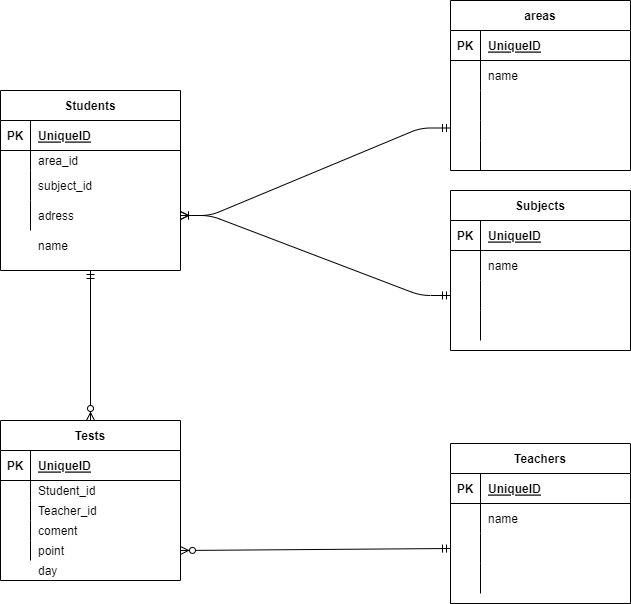
Above: system.drawio.png in rjwiz/ct_ERD (draw.io), before the change. Source tidied: cells renumbered, new cells last; positions are measured from the earlier drawing's top-left corner, leaving out a move shared by most shapes.
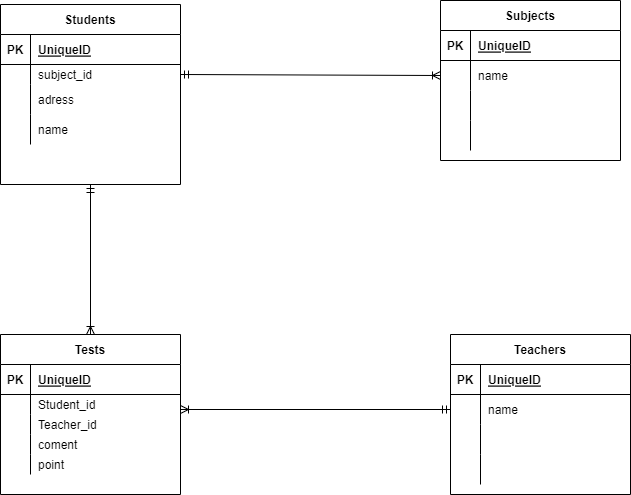
After the change.

What changed in the source:
```diff
@@ -20,7 +20,7 @@
     <mxCell id="7" style="shape=partialRectangle;fillColor=none;top=0;left=0;bottom=0;right=0;overflow=hidden;" parent="6" vertex="1">
       <mxGeometry width="30" height="20" as="geometry" />
     </mxCell>
-    <mxCell id="8" value="area_id" style="shape=partialRectangle;fillColor=none;top=0;left=0;bottom=0;right=0;align=left;spacingLeft=6;overflow=hidden;" parent="6" vertex="1">
+    <mxCell id="8" value="subject_id" style="shape=partialRectangle;fillColor=none;top=0;left=0;bottom=0;right=0;align=left;spacingLeft=6;overflow=hidden;" parent="6" vertex="1">
       <mxGeometry x="30" width="150" height="20" as="geometry" />
     </mxCell>
     <mxCell id="9" style="shape=partialRectangle;fillColor=none;top=0;left=0;bottom=0;right=0;" parent="2" vertex="1">
@@ -29,7 +29,7 @@
     <mxCell id="10" style="shape=partialRectangle;fillColor=none;top=0;left=0;bottom=0;right=0;overflow=hidden;" parent="9" vertex="1">
       <mxGeometry width="30" height="30" as="geometry" />
     </mxCell>
-    <mxCell id="11" value="subject_id" style="shape=partialRectangle;fillColor=none;top=0;left=0;bottom=0;right=0;align=left;spacingLeft=6;overflow=hidden;" parent="9" vertex="1">
+    <mxCell id="11" value="adress" style="shape=partialRectangle;fillColor=none;top=0;left=0;bottom=0;right=0;align=left;spacingLeft=6;overflow=hidden;" parent="9" vertex="1">
       <mxGeometry x="30" width="150" height="30" as="geometry" />
     </mxCell>
     <mxCell id="12" style="shape=partialRectangle;fillColor=none;top=0;left=0;bottom=0;right=0;points=[[0,0.5],[1,0.5]];portConstraint=eastwest;" parent="2" vertex="1">
@@ -38,11 +38,11 @@
     <mxCell id="13" style="shape=partialRectangle;fillColor=none;top=0;left=0;bottom=0;right=0;overflow=hidden;" parent="12" vertex="1">
       <mxGeometry width="30" height="30" as="geometry" />
     </mxCell>
-    <mxCell id="14" value="adress" style="shape=partialRectangle;fillColor=none;top=0;left=0;bottom=0;right=0;align=left;spacingLeft=6;overflow=hidden;" parent="12" vertex="1">
+    <mxCell id="14" value="name" style="shape=partialRectangle;fillColor=none;top=0;left=0;bottom=0;right=0;align=left;spacingLeft=6;overflow=hidden;" parent="12" vertex="1">
       <mxGeometry x="30" width="150" height="30" as="geometry" />
     </mxCell>
     <mxCell id="15" value="Teachers" style="shape=table;startSize=30;rowLines=0;fontStyle=1;align=center;" parent="1" vertex="1">
-      <mxGeometry x="450" y="443" width="180" height="160" as="geometry" />
+      <mxGeometry x="450" y="420" width="180" height="160" as="geometry" />
     </mxCell>
     <mxCell id="16" style="shape=partialRectangle;fillColor=none;top=0;left=0;bottom=1;right=0;" parent="15" vertex="1">
       <mxGeometry y="30" width="180" height="30" as="geometry" />
@@ -81,7 +81,7 @@
       <mxGeometry x="30" width="150" height="30" as="geometry" />
     </mxCell>
     <mxCell id="28" value="Subjects" style="shape=table;startSize=30;rowLines=0;fontStyle=1;align=center;" parent="1" vertex="1">
-      <mxGeometry x="450" y="190" width="180" height="160" as="geometry" />
+      <mxGeometry x="440" y="86" width="180" height="160" as="geometry" />
     </mxCell>
     <mxCell id="29" style="shape=partialRectangle;fillColor=none;top=0;left=0;bottom=1;right=0;" parent="28" vertex="1">
       <mxGeometry y="30" width="180" height="30" as="geometry" />
@@ -170,71 +170,19 @@
     <mxCell id="57" style="shape=partialRectangle;fillColor=none;top=0;left=0;bottom=0;right=0;align=left;spacingLeft=6;overflow=hidden;" parent="1" vertex="1">
       <mxGeometry x="30" y="560" width="150" height="20" as="geometry" />
     </mxCell>
-    <mxCell id="58" value="day" style="shape=partialRectangle;fillColor=none;top=0;left=0;bottom=0;right=0;align=left;spacingLeft=6;overflow=hidden;" parent="1" vertex="1">
-      <mxGeometry x="30" y="560" width="150" height="20" as="geometry" />
-    </mxCell>
-    <mxCell id="59" value="name" style="shape=partialRectangle;fillColor=none;top=0;left=0;bottom=0;right=0;align=left;spacingLeft=6;overflow=hidden;" parent="1" vertex="1">
+    <mxCell id="59" style="shape=partialRectangle;fillColor=none;top=0;left=0;bottom=0;right=0;align=left;spacingLeft=6;overflow=hidden;" parent="1" vertex="1">
       <mxGeometry x="30" y="230" width="150" height="30" as="geometry" />
     </mxCell>
-    <mxCell id="60" value="areas" style="shape=table;startSize=30;rowLines=0;fontStyle=1;align=center;" parent="1" vertex="1">
-      <mxGeometry x="450" width="180" height="170" as="geometry" />
-    </mxCell>
-    <mxCell id="61" style="shape=partialRectangle;fillColor=none;top=0;left=0;bottom=1;right=0;" parent="60" vertex="1">
-      <mxGeometry y="30" width="180" height="30" as="geometry" />
-    </mxCell>
-    <mxCell id="62" value="PK" style="shape=partialRectangle;fillColor=none;top=0;left=0;bottom=0;right=0;fontStyle=1;overflow=hidden;" parent="61" vertex="1">
-      <mxGeometry width="30" height="30" as="geometry" />
-    </mxCell>
-    <mxCell id="63" value="UniqueID" style="shape=partialRectangle;fillColor=none;top=0;left=0;bottom=0;right=0;align=left;spacingLeft=6;fontStyle=5;overflow=hidden;" parent="61" vertex="1">
-      <mxGeometry x="30" width="150" height="30" as="geometry" />
-    </mxCell>
-    <mxCell id="64" style="shape=partialRectangle;fillColor=none;top=0;left=0;bottom=0;right=0;" parent="60" vertex="1">
-      <mxGeometry y="60" width="180" height="30" as="geometry" />
-    </mxCell>
-    <mxCell id="65" style="shape=partialRectangle;fillColor=none;top=0;left=0;bottom=0;right=0;overflow=hidden;" parent="64" vertex="1">
-      <mxGeometry width="30" height="30" as="geometry" />
-    </mxCell>
-    <mxCell id="66" value="name" style="shape=partialRectangle;fillColor=none;top=0;left=0;bottom=0;right=0;align=left;spacingLeft=6;overflow=hidden;" parent="64" vertex="1">
-      <mxGeometry x="30" width="150" height="30" as="geometry" />
-    </mxCell>
-    <mxCell id="67" style="shape=partialRectangle;fillColor=none;top=0;left=0;bottom=0;right=0;" parent="60" vertex="1">
-      <mxGeometry y="90" width="180" height="30" as="geometry" />
-    </mxCell>
-    <mxCell id="68" style="shape=partialRectangle;fillColor=none;top=0;left=0;bottom=0;right=0;overflow=hidden;" parent="67" vertex="1">
-      <mxGeometry width="30" height="30" as="geometry" />
-    </mxCell>
-    <mxCell id="69" style="shape=partialRectangle;fillColor=none;top=0;left=0;bottom=0;right=0;align=left;spacingLeft=6;overflow=hidden;" parent="67" vertex="1">
-      <mxGeometry x="30" width="150" height="30" as="geometry" />
-    </mxCell>
-    <mxCell id="70" style="shape=partialRectangle;fillColor=none;top=0;left=0;bottom=0;right=0;" parent="60" vertex="1">
-      <mxGeometry y="120" width="180" height="20" as="geometry" />
-    </mxCell>
-    <mxCell id="71" style="shape=partialRectangle;fillColor=none;top=0;left=0;bottom=0;right=0;overflow=hidden;" parent="70" vertex="1">
-      <mxGeometry width="30" height="20" as="geometry" />
-    </mxCell>
-    <mxCell id="72" style="shape=partialRectangle;fillColor=none;top=0;left=0;bottom=0;right=0;align=left;spacingLeft=6;overflow=hidden;" parent="70" vertex="1">
-      <mxGeometry x="30" width="150" height="20" as="geometry" />
-    </mxCell>
-    <mxCell id="73" style="shape=partialRectangle;fillColor=none;top=0;left=0;bottom=0;right=0;" parent="60" vertex="1">
-      <mxGeometry y="140" width="180" height="30" as="geometry" />
-    </mxCell>
-    <mxCell id="74" style="shape=partialRectangle;fillColor=none;top=0;left=0;bottom=0;right=0;overflow=hidden;" parent="73" vertex="1">
-      <mxGeometry width="30" height="30" as="geometry" />
-    </mxCell>
-    <mxCell id="75" style="shape=partialRectangle;fillColor=none;top=0;left=0;bottom=0;right=0;align=left;spacingLeft=6;overflow=hidden;" parent="73" vertex="1">
-      <mxGeometry x="30" width="150" height="30" as="geometry" />
-    </mxCell>
-    <mxCell id="76" style="edgeStyle=entityRelationEdgeStyle;fontSize=12;html=1;endArrow=ERoneToMany;startArrow=ERmandOne;exitX=0;exitY=0.75;exitDx=0;exitDy=0;entryX=1;entryY=0.5;entryDx=0;entryDy=0;" parent="1" edge="1" source="60" target="12">
-      <mxGeometry relative="1" as="geometry" />
-    </mxCell>
-    <mxCell id="77" style="edgeStyle=entityRelationEdgeStyle;fontSize=12;html=1;endArrow=ERoneToMany;startArrow=ERmandOne;exitX=0;exitY=0.5;exitDx=0;exitDy=0;entryX=1;entryY=0.5;entryDx=0;entryDy=0;" parent="1" edge="1" source="35" target="12">
-      <mxGeometry relative="1" as="geometry" />
-    </mxCell>
+    <mxCell id="80" style="fontSize=12;html=1;endArrow=ERoneToMany;startArrow=ERmandOne;exitX=1;exitY=0.5;exitDx=0;exitDy=0;entryX=0;entryY=0.5;entryDx=0;entryDy=0;" parent="1" edge="1" source="6" target="32">
+      <mxGeometry relative="1" as="geometry" />
+    </mxCell>
-    <mxCell id="78" style="fontSize=12;html=1;endArrow=ERzeroToMany;startArrow=ERmandOne;exitX=0.5;exitY=1;exitDx=0;exitDy=0;entryX=0.5;entryY=0;entryDx=0;entryDy=0;" parent="1" edge="1" source="2" target="41">
+    <mxCell id="78" style="fontSize=12;html=1;endArrow=ERoneToMany;startArrow=ERmandOne;exitX=0.5;exitY=1;exitDx=0;exitDy=0;" parent="1" edge="1" source="2" target="41">
       <mxGeometry relative="1" as="geometry" />
     </mxCell>
-    <mxCell id="79" style="fontSize=12;html=1;endArrow=ERzeroToMany;startArrow=ERmandOne;exitX=0;exitY=0.5;exitDx=0;exitDy=0;entryX=1;entryY=0.5;entryDx=0;entryDy=0;" parent="1" edge="1" source="22" target="54">
-      <mxGeometry relative="1" as="geometry" />
-    </mxCell>
+    <mxCell id="81" style="fontSize=12;html=1;endArrow=ERoneToMany;startArrow=ERmandOne;exitX=0;exitY=0.5;exitDx=0;exitDy=0;" parent="1" edge="1" source="19">
+      <mxGeometry relative="1" as="geometry">
+        <mxPoint x="180" y="495" as="targetPoint" />
+      </mxGeometry>
+    </mxCell>
   </root>
 </mxGraphModel>
```
